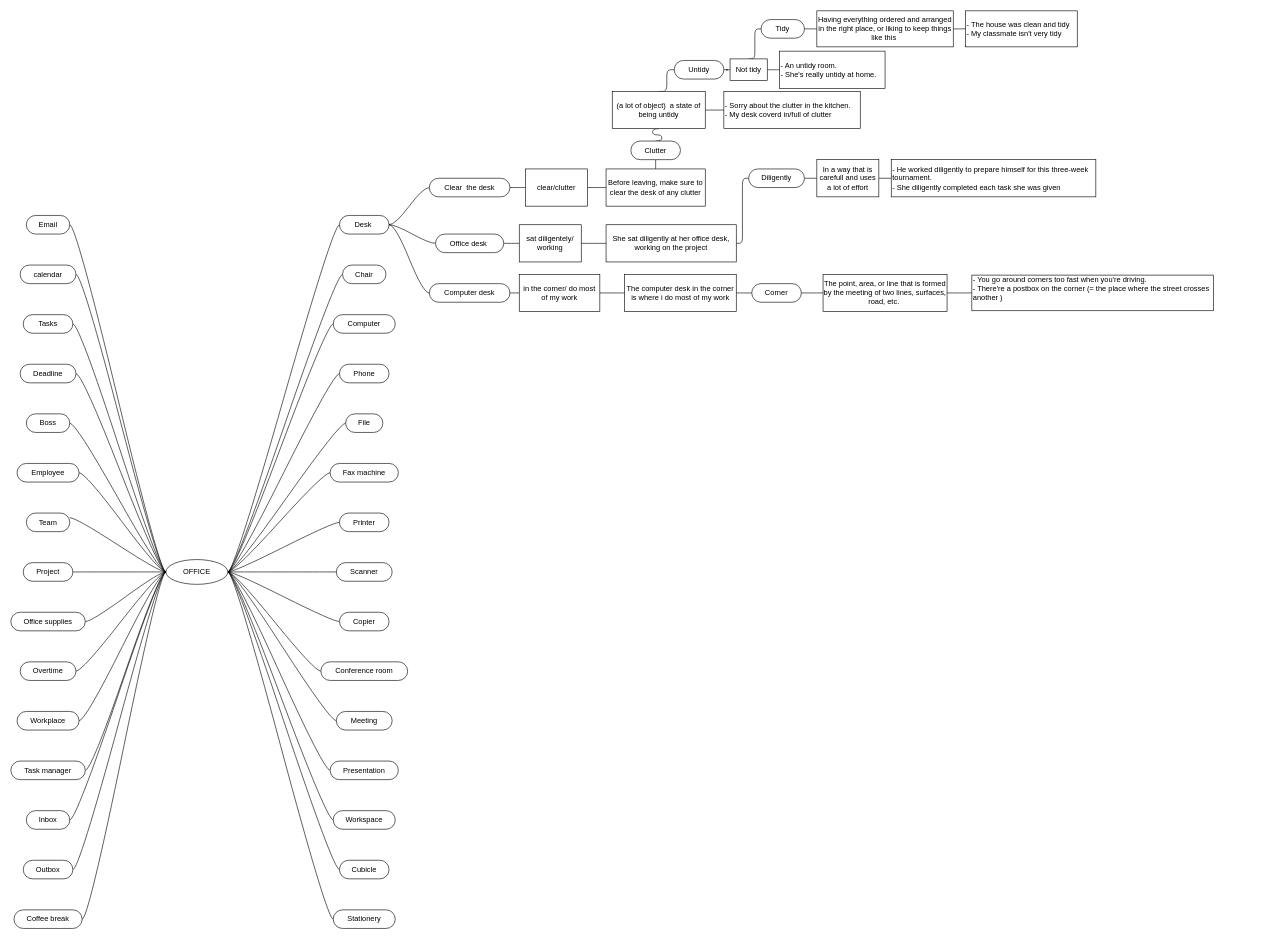
Above: vocabulary-map.drawio in PVPha/vocabulary-map (draw.io), before the change. Source tidied: cells renumbered, new cells numbered last; positions are measured from the earlier drawing's top-left corner, leaving out a move shared by most shapes. Both pictures are drawn from the tidied source at 62%, with x=0, y=0 at pixel (11, 11).
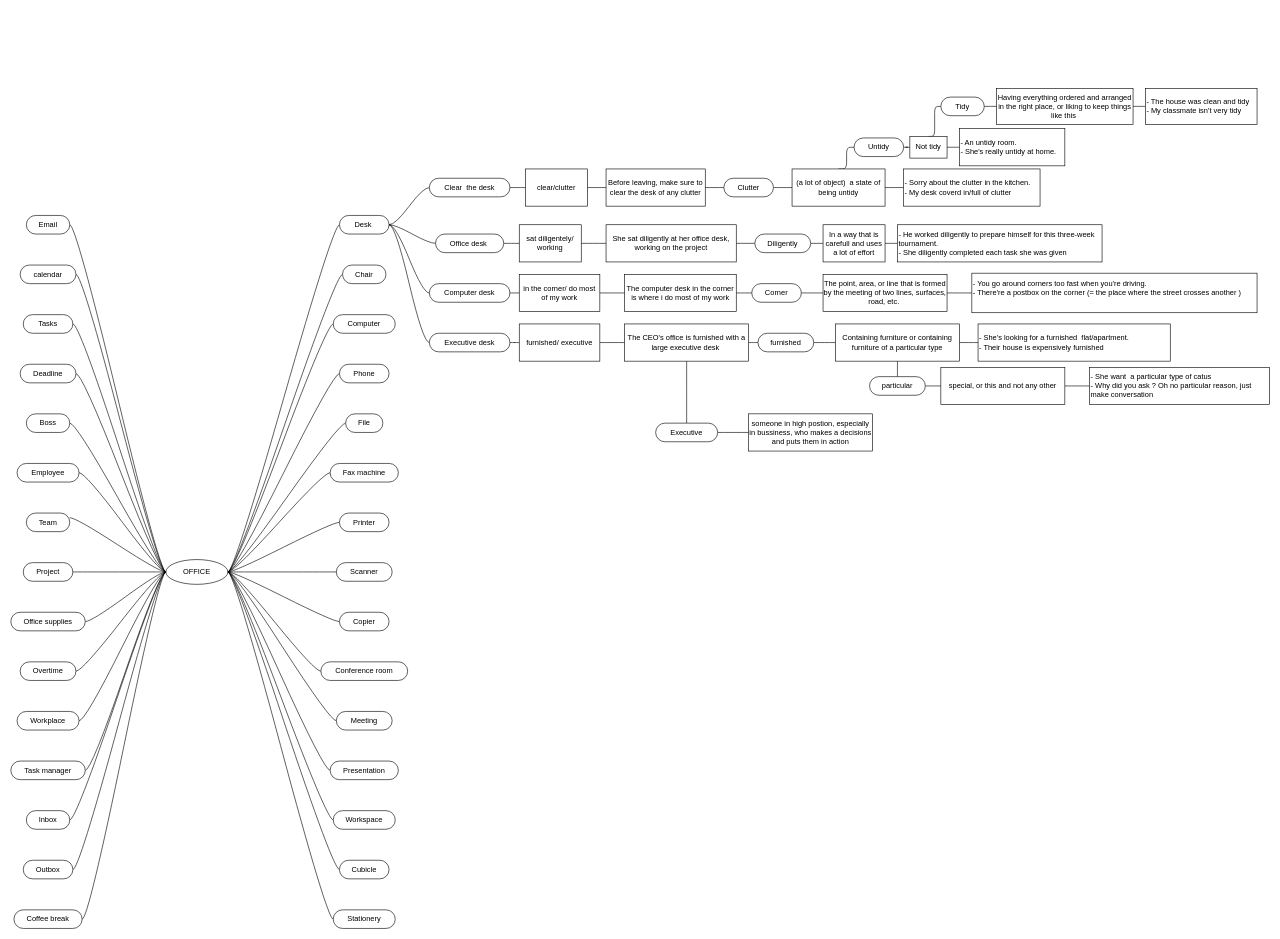
The same diagram, later.

Commit message:
topic office 1.0.2

Unchanged cells that the change refers to:
```xml
<mxCell id="36" value="Desk&amp;nbsp;" style="whiteSpace=wrap;html=1;rounded=1;arcSize=50;align=center;verticalAlign=middle;strokeWidth=1;spacing=4;newEdgeStyle={&quot;edgeStyle&quot;:&quot;entityRelationEdgeStyle&quot;,&quot;startArrow&quot;:&quot;none&quot;,&quot;endArrow&quot;:&quot;none&quot;,&quot;segment&quot;:10,&quot;curved&quot;:1,&quot;sourcePerimeterSpacing&quot;:0,&quot;targetPerimeterSpacing&quot;:0};" parent="1" vertex="1">
  <mxGeometry x="530" y="330" width="80" height="30" as="geometry" />
</mxCell>
<mxCell id="71" value="Before leaving, make sure to clear the desk of any clutter" style="whiteSpace=wrap;html=1;align=center;verticalAlign=middle;newEdgeStyle={&quot;edgeStyle&quot;:&quot;elbowEdgeStyle&quot;,&quot;startArrow&quot;:&quot;none&quot;,&quot;endArrow&quot;:&quot;none&quot;};" parent="1" vertex="1">
  <mxGeometry x="960" y="255" width="160" height="60" as="geometry" />
</mxCell>
```

What changed in the source:
```diff
@@
+    <mxCell id="111" style="edgeStyle=entityRelationEdgeStyle;html=1;startArrow=none;endArrow=none;segment=10;curved=1;sourcePerimeterSpacing=0;targetPerimeterSpacing=0;exitX=1;exitY=0.5;exitDx=0;exitDy=0;entryX=0;entryY=0.5;entryDx=0;entryDy=0;" parent="1" edge="1" source="36" target="113">
+      <mxGeometry relative="1" as="geometry" />
+    </mxCell>
@@
-    <mxCell id="70" style="edgeStyle=elbowEdgeStyle;html=1;startArrow=none;endArrow=none;exitX=0.5;exitY=0;exitDx=0;exitDy=0;entryX=0.5;entryY=1;entryDx=0;entryDy=0;" parent="1" edge="1" source="71" target="85">
+    <mxCell id="70" style="edgeStyle=elbowEdgeStyle;html=1;startArrow=none;endArrow=none;exitX=1;exitY=0.5;exitDx=0;exitDy=0;entryX=0;entryY=0.5;entryDx=0;entryDy=0;" parent="1" edge="1" source="71" target="85">
       <mxGeometry relative="1" as="geometry" />
     </mxCell>
@@
-    <mxCell id="84" style="edgeStyle=entityRelationEdgeStyle;html=1;startArrow=none;endArrow=none;segment=10;curved=1;sourcePerimeterSpacing=0;targetPerimeterSpacing=0;exitX=0.5;exitY=0;exitDx=0;exitDy=0;entryX=0.5;entryY=1;entryDx=0;entryDy=0;" parent="1" edge="1" source="85" target="88">
+    <mxCell id="84" style="edgeStyle=entityRelationEdgeStyle;html=1;startArrow=none;endArrow=none;segment=10;curved=1;sourcePerimeterSpacing=0;targetPerimeterSpacing=0;exitX=1;exitY=0.5;exitDx=0;exitDy=0;entryX=0;entryY=0.5;entryDx=0;entryDy=0;" parent="1" edge="1" source="85" target="88">
       <mxGeometry relative="1" as="geometry" />
     </mxCell>
     <mxCell id="85" value="Clutter" style="whiteSpace=wrap;html=1;rounded=1;arcSize=50;align=center;verticalAlign=middle;strokeWidth=1;spacing=4;newEdgeStyle={&quot;edgeStyle&quot;:&quot;entityRelationEdgeStyle&quot;,&quot;startArrow&quot;:&quot;none&quot;,&quot;endArrow&quot;:&quot;none&quot;,&quot;segment&quot;:10,&quot;curved&quot;:1,&quot;sourcePerimeterSpacing&quot;:0,&quot;targetPerimeterSpacing&quot;:0};" parent="1" vertex="1">
-      <mxGeometry x="1000" y="210" width="80" height="30" as="geometry" />
+      <mxGeometry x="1150" y="270" width="80" height="30" as="geometry" />
     </mxCell>
@@
     <mxCell id="88" value="(a lot of object)&amp;nbsp; a state of being untidy" style="whiteSpace=wrap;html=1;align=center;verticalAlign=middle;newEdgeStyle={&quot;edgeStyle&quot;:&quot;elbowEdgeStyle&quot;,&quot;startArrow&quot;:&quot;none&quot;,&quot;endArrow&quot;:&quot;none&quot;};" parent="1" vertex="1">
-      <mxGeometry x="970" y="130" width="150" height="60" as="geometry" />
+      <mxGeometry x="1260" y="255" width="150" height="60" as="geometry" />
     </mxCell>
     <mxCell id="89" value="- Sorry about the clutter in the kitchen.&lt;br&gt;- My desk coverd in/full of clutter" style="whiteSpace=wrap;html=1;align=left;verticalAlign=middle;newEdgeStyle={&quot;edgeStyle&quot;:&quot;elbowEdgeStyle&quot;,&quot;startArrow&quot;:&quot;none&quot;,&quot;endArrow&quot;:&quot;none&quot;};" parent="1" vertex="1">
-      <mxGeometry x="1150" y="130" width="220" height="60" as="geometry" />
+      <mxGeometry x="1440" y="255" width="220" height="60" as="geometry" />
     </mxCell>
@@
     <mxCell id="91" value="Untidy" style="whiteSpace=wrap;html=1;rounded=1;arcSize=50;align=center;verticalAlign=middle;strokeWidth=1;spacing=4;newEdgeStyle={&quot;edgeStyle&quot;:&quot;entityRelationEdgeStyle&quot;,&quot;startArrow&quot;:&quot;none&quot;,&quot;endArrow&quot;:&quot;none&quot;,&quot;segment&quot;:10,&quot;curved&quot;:1,&quot;sourcePerimeterSpacing&quot;:0,&quot;targetPerimeterSpacing&quot;:0};" parent="1" vertex="1">
-      <mxGeometry x="1070" y="80" width="80" height="30" as="geometry" />
+      <mxGeometry x="1360" y="205" width="80" height="30" as="geometry" />
     </mxCell>
@@
     <mxCell id="94" value="Not tidy" style="whiteSpace=wrap;html=1;align=center;verticalAlign=middle;newEdgeStyle={&quot;edgeStyle&quot;:&quot;elbowEdgeStyle&quot;,&quot;startArrow&quot;:&quot;none&quot;,&quot;endArrow&quot;:&quot;none&quot;};" parent="1" vertex="1">
-      <mxGeometry x="1160" y="77.5" width="60" height="35" as="geometry" />
+      <mxGeometry x="1450" y="202.5" width="60" height="35" as="geometry" />
     </mxCell>
@@
     <mxCell id="96" value="Tidy" style="whiteSpace=wrap;html=1;rounded=1;arcSize=50;align=center;verticalAlign=middle;strokeWidth=1;spacing=4;newEdgeStyle={&quot;edgeStyle&quot;:&quot;entityRelationEdgeStyle&quot;,&quot;startArrow&quot;:&quot;none&quot;,&quot;endArrow&quot;:&quot;none&quot;,&quot;segment&quot;:10,&quot;curved&quot;:1,&quot;sourcePerimeterSpacing&quot;:0,&quot;targetPerimeterSpacing&quot;:0};" parent="1" vertex="1">
-      <mxGeometry x="1210" y="14.1" width="70" height="30" as="geometry" />
+      <mxGeometry x="1500" y="139.1" width="70" height="30" as="geometry" />
     </mxCell>
@@
     <mxCell id="98" value="Having everything ordered and arranged in the right place, or liking to keep things like this&amp;nbsp;" style="whiteSpace=wrap;html=1;align=center;verticalAlign=middle;newEdgeStyle={&quot;edgeStyle&quot;:&quot;elbowEdgeStyle&quot;,&quot;startArrow&quot;:&quot;none&quot;,&quot;endArrow&quot;:&quot;none&quot;};" parent="1" vertex="1">
-      <mxGeometry x="1300" width="220" height="58.1" as="geometry" />
+      <mxGeometry x="1590" y="125" width="220" height="58.1" as="geometry" />
     </mxCell>
     <mxCell id="99" value="- The house was clean and tidy&lt;br&gt;- My classmate isn't very tidy" style="whiteSpace=wrap;html=1;align=left;verticalAlign=middle;newEdgeStyle={&quot;edgeStyle&quot;:&quot;elbowEdgeStyle&quot;,&quot;startArrow&quot;:&quot;none&quot;,&quot;endArrow&quot;:&quot;none&quot;};" parent="1" vertex="1">
-      <mxGeometry x="1540" width="180" height="58.1" as="geometry" />
+      <mxGeometry x="1830" y="125" width="180" height="58.1" as="geometry" />
     </mxCell>
     <mxCell id="100" value="- An untidy room.&lt;br&gt;&lt;div style=&quot;&quot;&gt;&lt;span style=&quot;background-color: initial;&quot;&gt;- She's really untidy at home.&amp;nbsp;&lt;/span&gt;&lt;/div&gt;" style="whiteSpace=wrap;html=1;align=left;verticalAlign=middle;newEdgeStyle={&quot;edgeStyle&quot;:&quot;elbowEdgeStyle&quot;,&quot;startArrow&quot;:&quot;none&quot;,&quot;endArrow&quot;:&quot;none&quot;};" parent="1" vertex="1">
-      <mxGeometry x="1240" y="65" width="170" height="60" as="geometry" />
+      <mxGeometry x="1530" y="190" width="170" height="60" as="geometry" />
     </mxCell>
@@
     <mxCell id="102" value="Diligently" style="whiteSpace=wrap;html=1;rounded=1;arcSize=50;align=center;verticalAlign=middle;strokeWidth=1;spacing=4;newEdgeStyle={&quot;edgeStyle&quot;:&quot;entityRelationEdgeStyle&quot;,&quot;startArrow&quot;:&quot;none&quot;,&quot;endArrow&quot;:&quot;none&quot;,&quot;segment&quot;:10,&quot;curved&quot;:1,&quot;sourcePerimeterSpacing&quot;:0,&quot;targetPerimeterSpacing&quot;:0};" parent="1" vertex="1">
-      <mxGeometry x="1190" y="255" width="90" height="30" as="geometry" />
+      <mxGeometry x="1200" y="360" width="90" height="30" as="geometry" />
     </mxCell>
@@
     <mxCell id="104" value="In a way that is carefull and uses a lot of effort" style="whiteSpace=wrap;html=1;align=center;verticalAlign=middle;newEdgeStyle={&quot;edgeStyle&quot;:&quot;elbowEdgeStyle&quot;,&quot;startArrow&quot;:&quot;none&quot;,&quot;endArrow&quot;:&quot;none&quot;};" parent="1" vertex="1">
-      <mxGeometry x="1300" y="240" width="100" height="60" as="geometry" />
+      <mxGeometry x="1310" y="345" width="100" height="60" as="geometry" />
     </mxCell>
     <mxCell id="105" value="- He worked diligently to prepare himself for this three-week tournament.&lt;br&gt;- She diligently completed each task she was given" style="whiteSpace=wrap;html=1;align=left;verticalAlign=middle;newEdgeStyle={&quot;edgeStyle&quot;:&quot;elbowEdgeStyle&quot;,&quot;startArrow&quot;:&quot;none&quot;,&quot;endArrow&quot;:&quot;none&quot;};" parent="1" vertex="1">
-      <mxGeometry x="1420" y="240" width="330" height="60" as="geometry" />
+      <mxGeometry x="1430" y="345" width="330" height="60" as="geometry" />
     </mxCell>
@@
     <mxCell id="110" value="- You go around corners too fast when you're driving.&lt;br&gt;- There're a postbox on the corner (= the place where the street crosses another )&lt;br&gt;&amp;nbsp;" style="whiteSpace=wrap;html=1;align=left;verticalAlign=middle;newEdgeStyle={&quot;edgeStyle&quot;:&quot;elbowEdgeStyle&quot;,&quot;startArrow&quot;:&quot;none&quot;,&quot;endArrow&quot;:&quot;none&quot;};" parent="1" vertex="1">
-      <mxGeometry x="1550" y="426.2" width="390" height="57.5" as="geometry" />
+      <mxGeometry x="1550" y="423.1" width="460" height="63.8" as="geometry" />
     </mxCell>
+    <mxCell id="112" style="edgeStyle=entityRelationEdgeStyle;html=1;startArrow=none;endArrow=none;segment=10;curved=1;sourcePerimeterSpacing=0;targetPerimeterSpacing=0;exitX=1;exitY=0.5;exitDx=0;exitDy=0;entryX=0;entryY=0.5;entryDx=0;entryDy=0;" parent="1" edge="1" source="113" target="115">
+      <mxGeometry relative="1" as="geometry" />
+    </mxCell>
+    <mxCell id="113" value="Executive desk" style="whiteSpace=wrap;html=1;rounded=1;arcSize=50;align=center;verticalAlign=middle;strokeWidth=1;spacing=4;newEdgeStyle={&quot;edgeStyle&quot;:&quot;entityRelationEdgeStyle&quot;,&quot;startArrow&quot;:&quot;none&quot;,&quot;endArrow&quot;:&quot;none&quot;,&quot;segment&quot;:10,&quot;curved&quot;:1,&quot;sourcePerimeterSpacing&quot;:0,&quot;targetPerimeterSpacing&quot;:0};" parent="1" vertex="1">
+      <mxGeometry x="675" y="520" width="130" height="30" as="geometry" />
+    </mxCell>
+    <mxCell id="114" style="edgeStyle=elbowEdgeStyle;html=1;elbow=horizontal;startArrow=none;endArrow=none;" parent="1" edge="1" source="115" target="118">
+      <mxGeometry relative="1" as="geometry" />
+    </mxCell>
+    <mxCell id="115" value="furnished/ executive" style="whiteSpace=wrap;html=1;align=center;verticalAlign=middle;newEdgeStyle={&quot;edgeStyle&quot;:&quot;elbowEdgeStyle&quot;,&quot;startArrow&quot;:&quot;none&quot;,&quot;endArrow&quot;:&quot;none&quot;};" parent="1" vertex="1">
+      <mxGeometry x="820" y="505" width="130" height="60" as="geometry" />
+    </mxCell>
+    <mxCell id="116" style="edgeStyle=elbowEdgeStyle;html=1;startArrow=none;endArrow=none;exitX=1;exitY=0.5;exitDx=0;exitDy=0;entryX=0;entryY=0.5;entryDx=0;entryDy=0;" parent="1" edge="1" source="118" target="120">
+      <mxGeometry relative="1" as="geometry" />
+    </mxCell>
+    <mxCell id="117" style="edgeStyle=elbowEdgeStyle;html=1;startArrow=none;endArrow=none;exitX=0.5;exitY=1;exitDx=0;exitDy=0;entryX=0.5;entryY=0;entryDx=0;entryDy=0;" parent="1" edge="1" source="118" target="131">
+      <mxGeometry relative="1" as="geometry" />
+    </mxCell>
+    <mxCell id="118" value="The CEO's office is furnished with a large executive desk&amp;nbsp;" style="whiteSpace=wrap;html=1;align=center;verticalAlign=middle;newEdgeStyle={&quot;edgeStyle&quot;:&quot;elbowEdgeStyle&quot;,&quot;startArrow&quot;:&quot;none&quot;,&quot;endArrow&quot;:&quot;none&quot;};" parent="1" vertex="1">
+      <mxGeometry x="990" y="505" width="200" height="60" as="geometry" />
+    </mxCell>
+    <mxCell id="119" style="edgeStyle=entityRelationEdgeStyle;html=1;startArrow=none;endArrow=none;segment=10;curved=1;sourcePerimeterSpacing=0;targetPerimeterSpacing=0;exitX=1;exitY=0.5;exitDx=0;exitDy=0;entryX=0;entryY=0.5;entryDx=0;entryDy=0;" parent="1" edge="1" source="120" target="123">
+      <mxGeometry relative="1" as="geometry" />
+    </mxCell>
+    <mxCell id="120" value="furnished" style="whiteSpace=wrap;html=1;rounded=1;arcSize=50;align=center;verticalAlign=middle;strokeWidth=1;spacing=4;newEdgeStyle={&quot;edgeStyle&quot;:&quot;entityRelationEdgeStyle&quot;,&quot;startArrow&quot;:&quot;none&quot;,&quot;endArrow&quot;:&quot;none&quot;,&quot;segment&quot;:10,&quot;curved&quot;:1,&quot;sourcePerimeterSpacing&quot;:0,&quot;targetPerimeterSpacing&quot;:0};" parent="1" vertex="1">
+      <mxGeometry x="1205" y="520" width="90" height="30" as="geometry" />
+    </mxCell>
+    <mxCell id="121" style="edgeStyle=elbowEdgeStyle;html=1;elbow=horizontal;startArrow=none;endArrow=none;" parent="1" edge="1" source="123" target="124">
+      <mxGeometry relative="1" as="geometry" />
+    </mxCell>
+    <mxCell id="122" style="edgeStyle=elbowEdgeStyle;html=1;startArrow=none;endArrow=none;exitX=0.5;exitY=1;exitDx=0;exitDy=0;entryX=0.5;entryY=0;entryDx=0;entryDy=0;" parent="1" edge="1" source="123" target="126">
+      <mxGeometry relative="1" as="geometry" />
+    </mxCell>
+    <mxCell id="123" value="Containing furniture or containing furniture of a particular type" style="whiteSpace=wrap;html=1;align=center;verticalAlign=middle;newEdgeStyle={&quot;edgeStyle&quot;:&quot;elbowEdgeStyle&quot;,&quot;startArrow&quot;:&quot;none&quot;,&quot;endArrow&quot;:&quot;none&quot;};" parent="1" vertex="1">
+      <mxGeometry x="1330" y="505" width="200" height="60" as="geometry" />
+    </mxCell>
+    <mxCell id="124" value="&lt;div style=&quot;&quot;&gt;&lt;span style=&quot;background-color: initial;&quot;&gt;- She's looking for a furnished&amp;nbsp; flat/apartment.&lt;/span&gt;&lt;/div&gt;&lt;div style=&quot;&quot;&gt;&lt;span style=&quot;background-color: initial;&quot;&gt;- Their house is expensively furnished&lt;/span&gt;&lt;/div&gt;" style="whiteSpace=wrap;html=1;align=left;verticalAlign=middle;newEdgeStyle={&quot;edgeStyle&quot;:&quot;elbowEdgeStyle&quot;,&quot;startArrow&quot;:&quot;none&quot;,&quot;endArrow&quot;:&quot;none&quot;};" parent="1" vertex="1">
+      <mxGeometry x="1560" y="505" width="310" height="60" as="geometry" />
+    </mxCell>
+    <mxCell id="125" style="edgeStyle=entityRelationEdgeStyle;html=1;startArrow=none;endArrow=none;segment=10;curved=1;sourcePerimeterSpacing=0;targetPerimeterSpacing=0;exitX=1;exitY=0.5;exitDx=0;exitDy=0;entryX=0;entryY=0.5;entryDx=0;entryDy=0;" parent="1" edge="1" source="126" target="128">
+      <mxGeometry relative="1" as="geometry" />
+    </mxCell>
+    <mxCell id="126" value="particular" style="whiteSpace=wrap;html=1;rounded=1;arcSize=50;align=center;verticalAlign=middle;strokeWidth=1;spacing=4;newEdgeStyle={&quot;edgeStyle&quot;:&quot;entityRelationEdgeStyle&quot;,&quot;startArrow&quot;:&quot;none&quot;,&quot;endArrow&quot;:&quot;none&quot;,&quot;segment&quot;:10,&quot;curved&quot;:1,&quot;sourcePerimeterSpacing&quot;:0,&quot;targetPerimeterSpacing&quot;:0};" parent="1" vertex="1">
+      <mxGeometry x="1385" y="590" width="90" height="30" as="geometry" />
+    </mxCell>
+    <mxCell id="127" style="edgeStyle=elbowEdgeStyle;html=1;elbow=horizontal;startArrow=none;endArrow=none;" parent="1" edge="1" source="128" target="129">
+      <mxGeometry relative="1" as="geometry" />
+    </mxCell>
+    <mxCell id="128" value="special, or this and not any other" style="whiteSpace=wrap;html=1;align=center;verticalAlign=middle;newEdgeStyle={&quot;edgeStyle&quot;:&quot;elbowEdgeStyle&quot;,&quot;startArrow&quot;:&quot;none&quot;,&quot;endArrow&quot;:&quot;none&quot;};" parent="1" vertex="1">
+      <mxGeometry x="1500" y="575" width="200" height="60" as="geometry" />
+    </mxCell>
+    <mxCell id="129" value="- She want&amp;nbsp; a particular type of catus&lt;br&gt;- Why did you ask ? Oh no particular reason, just make conversation" style="whiteSpace=wrap;html=1;align=left;verticalAlign=middle;newEdgeStyle={&quot;edgeStyle&quot;:&quot;elbowEdgeStyle&quot;,&quot;startArrow&quot;:&quot;none&quot;,&quot;endArrow&quot;:&quot;none&quot;};" parent="1" vertex="1">
+      <mxGeometry x="1740" y="575" width="290" height="60" as="geometry" />
+    </mxCell>
+    <mxCell id="130" style="edgeStyle=entityRelationEdgeStyle;html=1;startArrow=none;endArrow=none;segment=10;curved=1;sourcePerimeterSpacing=0;targetPerimeterSpacing=0;exitX=1;exitY=0.5;exitDx=0;exitDy=0;entryX=0;entryY=0.5;entryDx=0;entryDy=0;" parent="1" edge="1" source="131" target="132">
+      <mxGeometry relative="1" as="geometry" />
+    </mxCell>
+    <mxCell id="131" value="Executive" style="whiteSpace=wrap;html=1;rounded=1;arcSize=50;align=center;verticalAlign=middle;strokeWidth=1;spacing=4;newEdgeStyle={&quot;edgeStyle&quot;:&quot;entityRelationEdgeStyle&quot;,&quot;startArrow&quot;:&quot;none&quot;,&quot;endArrow&quot;:&quot;none&quot;,&quot;segment&quot;:10,&quot;curved&quot;:1,&quot;sourcePerimeterSpacing&quot;:0,&quot;targetPerimeterSpacing&quot;:0};" parent="1" vertex="1">
+      <mxGeometry x="1040" y="665" width="100" height="30" as="geometry" />
+    </mxCell>
+    <mxCell id="132" value="someone in high postion, especially in bussiness, who makes a decisions and puts them in action" style="whiteSpace=wrap;html=1;align=center;verticalAlign=middle;newEdgeStyle={&quot;edgeStyle&quot;:&quot;elbowEdgeStyle&quot;,&quot;startArrow&quot;:&quot;none&quot;,&quot;endArrow&quot;:&quot;none&quot;};" parent="1" vertex="1">
+      <mxGeometry x="1190" y="650" width="200" height="60" as="geometry" />
+    </mxCell>
```
